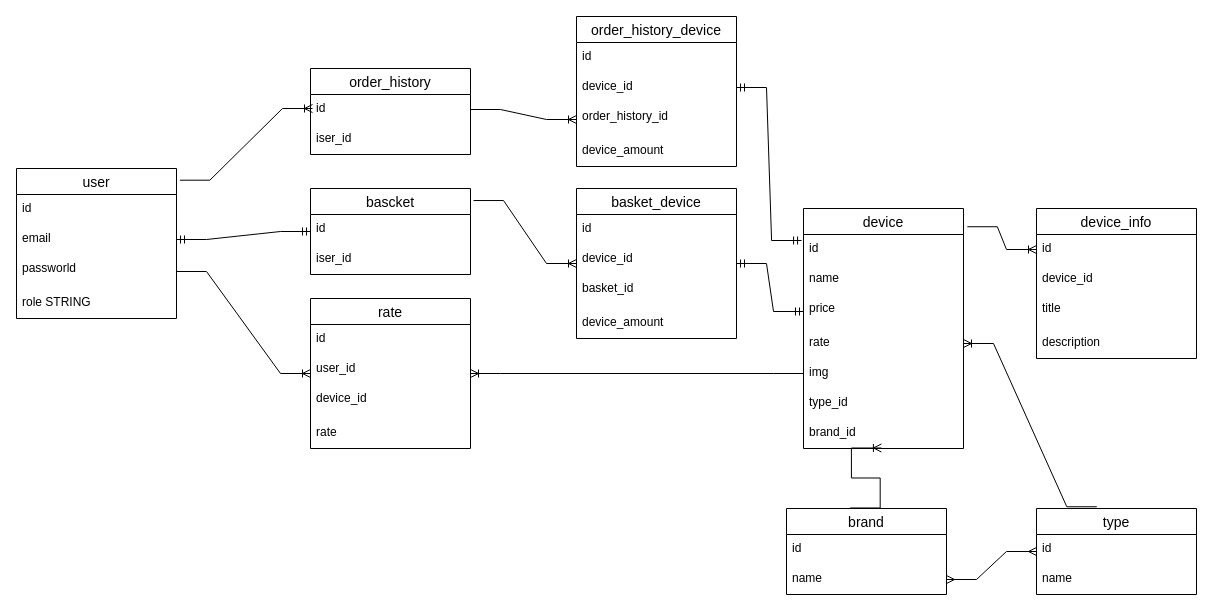
Earlier version of the draw.io diagram server/models/db_diagram.drawio (zaxel/react_simple_shop). Source tidied: cells renumbered, new cells numbered last; positions are measured from the earlier drawing's top-left corner, leaving out a move shared by most shapes. Both pictures are drawn from the tidied source at 100%, with x=0, y=0 at pixel (16, 16).
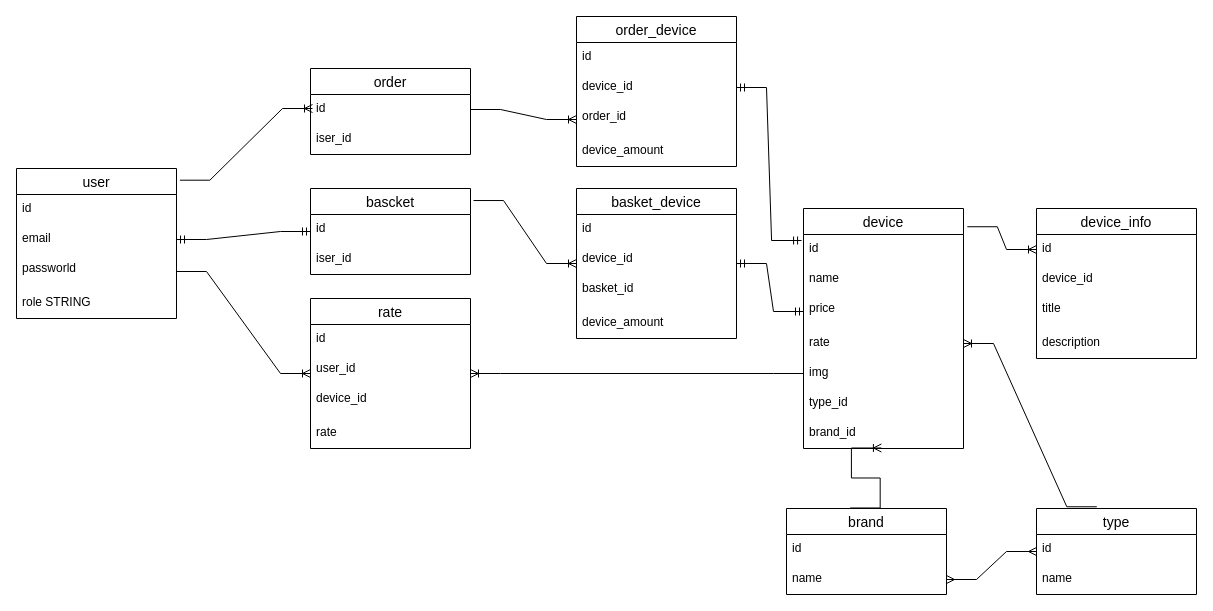
The same diagram, later.

Commit message (it also covers changes not shown here):
bits of refactoring shortend variables names, removed history word for better code readability

Change to the diagram source:
```diff
@@
-    <mxCell id="48" value="order_history" style="swimlane;fontStyle=0;horizontal=1;startSize=26;align=center;fontSize=14;" parent="1" vertex="1">
+    <mxCell id="48" value="order" style="swimlane;fontStyle=0;horizontal=1;startSize=26;align=center;fontSize=14;" parent="1" vertex="1">
       <mxGeometry x="294" y="52" width="160" height="86" as="geometry" />
     </mxCell>
@@
-    <mxCell id="51" value="order_history_device" style="swimlane;fontStyle=0;horizontal=1;startSize=26;align=center;fontSize=14;" parent="1" vertex="1">
+    <mxCell id="51" value="order_device" style="swimlane;fontStyle=0;horizontal=1;startSize=26;align=center;fontSize=14;" parent="1" vertex="1">
       <mxGeometry x="560" width="160" height="150" as="geometry" />
     </mxCell>
@@
-    <mxCell id="54" value="order_history_id" style="text;strokeColor=none;fillColor=none;spacingLeft=4;spacingRight=4;overflow=hidden;points=[[0,0.5],[1,0.5]];portConstraint=eastwest;fontSize=12;" parent="51" vertex="1">
+    <mxCell id="54" value="order_id" style="text;strokeColor=none;fillColor=none;spacingLeft=4;spacingRight=4;overflow=hidden;points=[[0,0.5],[1,0.5]];portConstraint=eastwest;fontSize=12;" parent="51" vertex="1">
       <mxGeometry y="86" width="160" height="34" as="geometry" />
     </mxCell>
```
